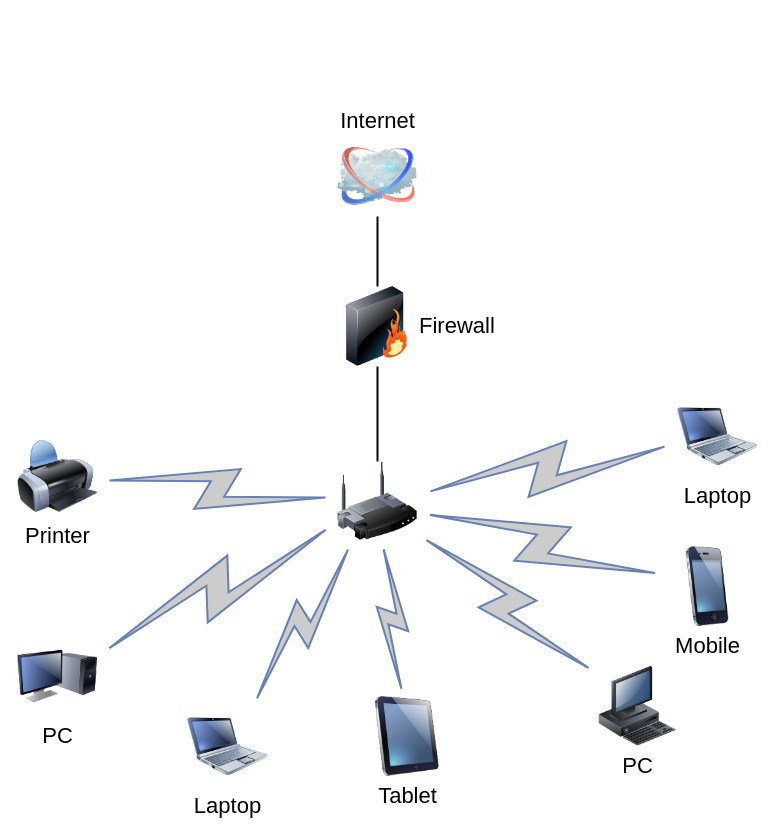
Before: Untitled Diagram.drawio in cucsoi/leduong, a draw.io diagram. Source tidied: cells renumbered, new cells numbered last; positions are measured from the earlier drawing's top-left corner, leaving out a move shared by most shapes. Both pictures are drawn from the tidied source at 100%, with x=0, y=0 at pixel (17, 136).
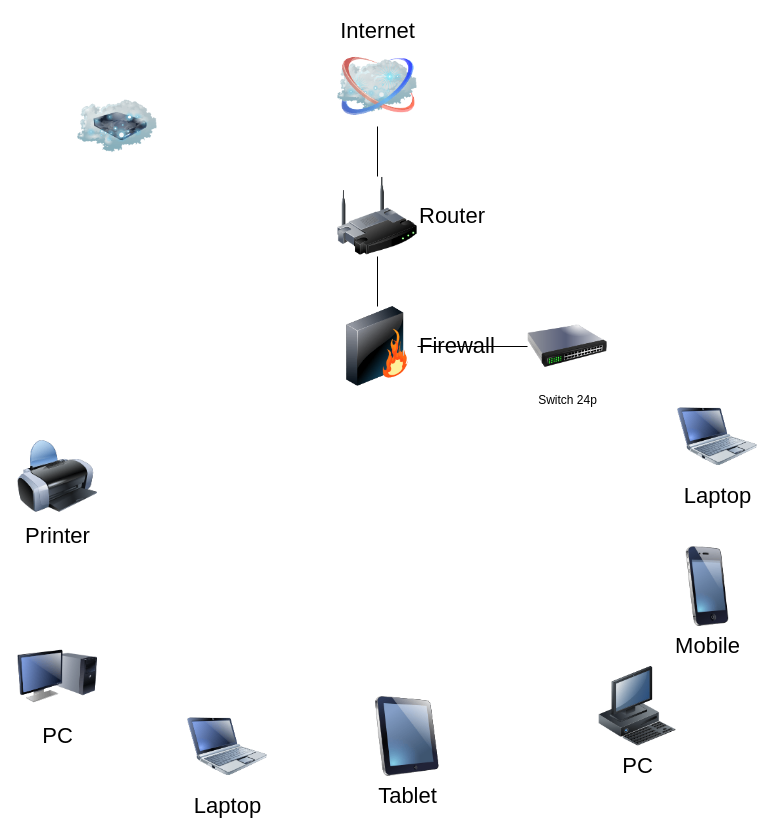
Above is the later version.

The change refers to these unchanged cells:
```xml
<mxCell id="7" value="Tablet" style="image;html=1;labelBackgroundColor=#ffffff;image=img/lib/clip_art/computers/iPad_128x128.png;rounded=1;shadow=0;comic=0;strokeWidth=2;fontSize=22;" parent="1" vertex="1">
  <mxGeometry x="350" y="560" width="80" height="80" as="geometry" />
</mxCell>
<mxCell id="8" value="PC" style="image;html=1;labelBackgroundColor=#ffffff;image=img/lib/clip_art/computers/Monitor_Tower_128x128.png;rounded=1;shadow=0;comic=0;strokeWidth=2;fontSize=22;" parent="1" vertex="1">
  <mxGeometry y="500" width="80" height="80" as="geometry" />
</mxCell>
<mxCell id="9" value="Printer" style="image;html=1;labelBackgroundColor=#ffffff;image=img/lib/clip_art/computers/Printer_128x128.png;rounded=1;shadow=0;comic=0;strokeWidth=2;fontSize=22;" parent="1" vertex="1">
  <mxGeometry y="300" width="80" height="80" as="geometry" />
</mxCell>
<mxCell id="10" value="PC" style="image;html=1;labelBackgroundColor=#ffffff;image=img/lib/clip_art/computers/Workstation_128x128.png;rounded=1;shadow=0;comic=0;strokeWidth=2;fontSize=22;" parent="1" vertex="1">
  <mxGeometry x="580" y="530" width="80" height="80" as="geometry" />
</mxCell>
<mxCell id="11" value="Mobile" style="image;html=1;labelBackgroundColor=#ffffff;image=img/lib/clip_art/telecommunication/iPhone_128x128.png;rounded=1;shadow=0;comic=0;strokeWidth=2;fontSize=22;" parent="1" vertex="1">
  <mxGeometry x="650" y="410" width="80" height="80" as="geometry" />
</mxCell>
<mxCell id="12" value="Laptop" style="image;html=1;labelBackgroundColor=#ffffff;image=img/lib/clip_art/computers/Netbook_128x128.png;rounded=1;shadow=0;comic=0;strokeColor=#000000;strokeWidth=2;fillColor=#FFFFFF;fontSize=22;fontColor=#000000;" parent="1" vertex="1">
  <mxGeometry x="660" y="260" width="80" height="80" as="geometry" />
</mxCell>
<mxCell id="13" value="Laptop" style="image;html=1;labelBackgroundColor=#ffffff;image=img/lib/clip_art/computers/Netbook_128x128.png;rounded=1;shadow=0;comic=0;strokeWidth=2;fontSize=22;" parent="1" vertex="1">
  <mxGeometry x="170" y="570" width="80" height="80" as="geometry" />
</mxCell>
```

The edit, as a diff of the source:
```diff
@@
-    <mxCell id="2" style="edgeStyle=none;rounded=0;html=1;labelBackgroundColor=none;endArrow=none;strokeWidth=2;fontFamily=Verdana;fontSize=22;" parent="1" edge="1" source="3" target="6">
-      <mxGeometry relative="1" as="geometry" />
-    </mxCell>
-    <mxCell id="3" style="image;html=1;labelBackgroundColor=#ffffff;image=img/lib/clip_art/networking/Wireless_Router_128x128.png;rounded=1;shadow=0;comic=0;strokeWidth=2;fontSize=22;" parent="1" vertex="1">
-      <mxGeometry x="320" y="325" width="80" height="80" as="geometry" />
+    <mxCell id="3" value="Router" style="image;html=1;labelBackgroundColor=#ffffff;image=img/lib/clip_art/networking/Wireless_Router_128x128.png;rounded=1;shadow=0;comic=0;strokeWidth=2;fontSize=22;points=[[0,0,0,0,0],[0,0.25,0,0,0],[0,0.5,0,0,0],[0,0.75,0,0,0],[0,1,0,0,0],[0.25,0,0,0,0],[0.25,1,0,0,0],[0.5,0,0,0,0],[0.5,1,0,0,0],[0.75,0,0,0,0],[0.75,1,0,0,0],[1,0,0,0,0],[1,0.25,0,0,0],[1,0.5,0,0,0],[1,0.75,0,0,0],[1,1,0,0,0]];verticalAlign=middle;labelPosition=right;verticalLabelPosition=middle;align=left;" parent="1" vertex="1">
+      <mxGeometry x="320" y="40" width="80" height="80" as="geometry" />
     </mxCell>
+    <mxCell id="21" style="edgeStyle=orthogonalEdgeStyle;rounded=0;jettySize=auto;html=1;entryX=0.5;entryY=0;entryDx=0;entryDy=0;strokeColor=none;" parent="1" edge="1" source="4" target="3">
+      <mxGeometry relative="1" as="geometry" />
+    </mxCell>
-    <mxCell id="4" value="Internet" style="image;html=1;labelBackgroundColor=#ffffff;image=img/lib/clip_art/networking/Cloud_128x128.png;rounded=1;shadow=0;comic=0;strokeWidth=2;fontSize=22;labelPosition=center;verticalLabelPosition=top;align=center;verticalAlign=bottom;" parent="1" vertex="1">
-      <mxGeometry x="320" width="80" height="80" as="geometry" />
+    <mxCell id="4" value="Internet" style="image;html=1;labelBackgroundColor=#ffffff;image=img/lib/clip_art/networking/Cloud_128x128.png;rounded=1;shadow=0;comic=0;strokeWidth=2;fontSize=22;labelPosition=center;verticalLabelPosition=top;align=center;verticalAlign=bottom;points=[[0,0,0,0,0],[0,0.25,0,0,0],[0,0.5,0,0,0],[0,0.75,0,0,0],[0,1,0,0,0],[0.25,0,0,0,0],[0.25,1,0,0,0],[0.5,0,0,0,0],[0.5,1,0,0,0],[0.75,0,0,0,0],[0.75,1,0,0,0],[1,0,0,0,0],[1,0.25,0,0,0],[1,0.5,0,0,0],[1,0.75,0,0,0],[1,1,0,0,0]];" parent="1" vertex="1">
+      <mxGeometry x="320" y="-90" width="80" height="80" as="geometry" />
     </mxCell>
-    <mxCell id="5" style="edgeStyle=none;rounded=0;html=1;labelBackgroundColor=none;endArrow=none;strokeWidth=2;fontFamily=Verdana;fontSize=22;" parent="1" edge="1" source="6" target="4">
-      <mxGeometry relative="1" as="geometry" />
-    </mxCell>
     <mxCell id="6" value="Firewall" style="image;html=1;labelBackgroundColor=#ffffff;image=img/lib/clip_art/networking/Firewall_128x128.png;rounded=1;shadow=0;comic=0;strokeWidth=2;fontSize=22;labelPosition=right;verticalLabelPosition=middle;align=left;verticalAlign=middle;" parent="1" vertex="1">
-      <mxGeometry x="320" y="150" width="80" height="80" as="geometry" />
+      <mxGeometry x="320" y="170" width="80" height="80" as="geometry" />
     </mxCell>
@@
-    <mxCell id="14" style="html=1;fillColor=#CCCCCC;strokeColor=#6881B3;gradientColor=none;gradientDirection=north;strokeWidth=2;shape=mxgraph.networks.comm_link_edge;html=1;labelBackgroundColor=none;endArrow=none;fontFamily=Verdana;fontSize=22;fontColor=#000000;" parent="1" edge="1" source="9" target="3">
-      <mxGeometry relative="1" as="geometry" />
-    </mxCell>
-    <mxCell id="15" style="html=1;fillColor=#CCCCCC;strokeColor=#6881B3;gradientColor=none;gradientDirection=north;strokeWidth=2;shape=mxgraph.networks.comm_link_edge;html=1;labelBackgroundColor=none;endArrow=none;fontFamily=Verdana;fontSize=22;fontColor=#000000;fontStyle=1;" parent="1" edge="1" source="8" target="3">
-      <mxGeometry relative="1" as="geometry" />
-    </mxCell>
-    <mxCell id="16" style="html=1;fillColor=#CCCCCC;strokeColor=#6881B3;gradientColor=none;gradientDirection=north;strokeWidth=2;shape=mxgraph.networks.comm_link_edge;html=1;labelBackgroundColor=none;endArrow=none;fontFamily=Verdana;fontSize=22;fontColor=#000000;" parent="1" edge="1" source="13" target="3">
-      <mxGeometry relative="1" as="geometry" />
-    </mxCell>
-    <mxCell id="17" style="html=1;fillColor=#CCCCCC;strokeColor=#6881B3;gradientColor=none;gradientDirection=north;strokeWidth=2;shape=mxgraph.networks.comm_link_edge;html=1;labelBackgroundColor=none;endArrow=none;fontFamily=Verdana;fontSize=22;fontColor=#000000;" parent="1" edge="1" source="7" target="3">
-      <mxGeometry relative="1" as="geometry" />
-    </mxCell>
-    <mxCell id="18" style="html=1;fillColor=#CCCCCC;strokeColor=#6881B3;gradientColor=none;gradientDirection=north;strokeWidth=2;shape=mxgraph.networks.comm_link_edge;html=1;labelBackgroundColor=none;endArrow=none;fontFamily=Verdana;fontSize=22;fontColor=#000000;" parent="1" edge="1" source="10" target="3">
-      <mxGeometry relative="1" as="geometry" />
-    </mxCell>
-    <mxCell id="19" style="html=1;fillColor=#CCCCCC;strokeColor=#6881B3;gradientColor=none;gradientDirection=north;strokeWidth=2;shape=mxgraph.networks.comm_link_edge;html=1;labelBackgroundColor=none;endArrow=none;fontFamily=Verdana;fontSize=22;fontColor=#000000;" parent="1" edge="1" source="11" target="3">
-      <mxGeometry relative="1" as="geometry" />
-    </mxCell>
-    <mxCell id="20" style="html=1;fillColor=#CCCCCC;strokeColor=#6881B3;gradientColor=none;gradientDirection=north;strokeWidth=2;shape=mxgraph.networks.comm_link_edge;html=1;labelBackgroundColor=none;endArrow=none;fontFamily=Verdana;fontSize=22;fontColor=#000000;" parent="1" edge="1" source="12" target="3">
-      <mxGeometry relative="1" as="geometry" />
-    </mxCell>
+    <mxCell id="22" style="endArrow=none;html=1;rounded=0;entryX=0.5;entryY=1;entryDx=0;entryDy=0;entryPerimeter=0;exitX=0.5;exitY=0;exitDx=0;exitDy=0;" parent="1" edge="1" source="3" target="4">
+      <mxGeometry relative="1" as="geometry" />
+    </mxCell>
+    <mxCell id="23" style="endArrow=none;html=1;rounded=0;entryX=0.5;entryY=1;entryDx=0;entryDy=0;exitX=0.5;exitY=0;exitDx=0;exitDy=0;" parent="1" edge="1" source="6" target="3">
+      <mxGeometry relative="1" as="geometry" />
+    </mxCell>
+    <mxCell id="24" style="image;html=1;image=img/lib/clip_art/networking/Cloud_Storage_128x128.png;" parent="1" vertex="1">
+      <mxGeometry x="60" y="-50" width="80" height="80" as="geometry" />
+    </mxCell>
+    <mxCell id="25" value="Switch 24p" style="image;html=1;image=img/lib/clip_art/networking/Switch_128x128.png;" parent="1" vertex="1">
+      <mxGeometry x="510" y="170" width="80" height="80" as="geometry" />
+    </mxCell>
+    <mxCell id="26" style="endArrow=none;html=1;rounded=0;exitX=1;exitY=0.5;exitDx=0;exitDy=0;entryX=0;entryY=0.5;entryDx=0;entryDy=0;" parent="1" edge="1" source="6" target="25">
+      <mxGeometry relative="1" as="geometry" />
+    </mxCell>
```
